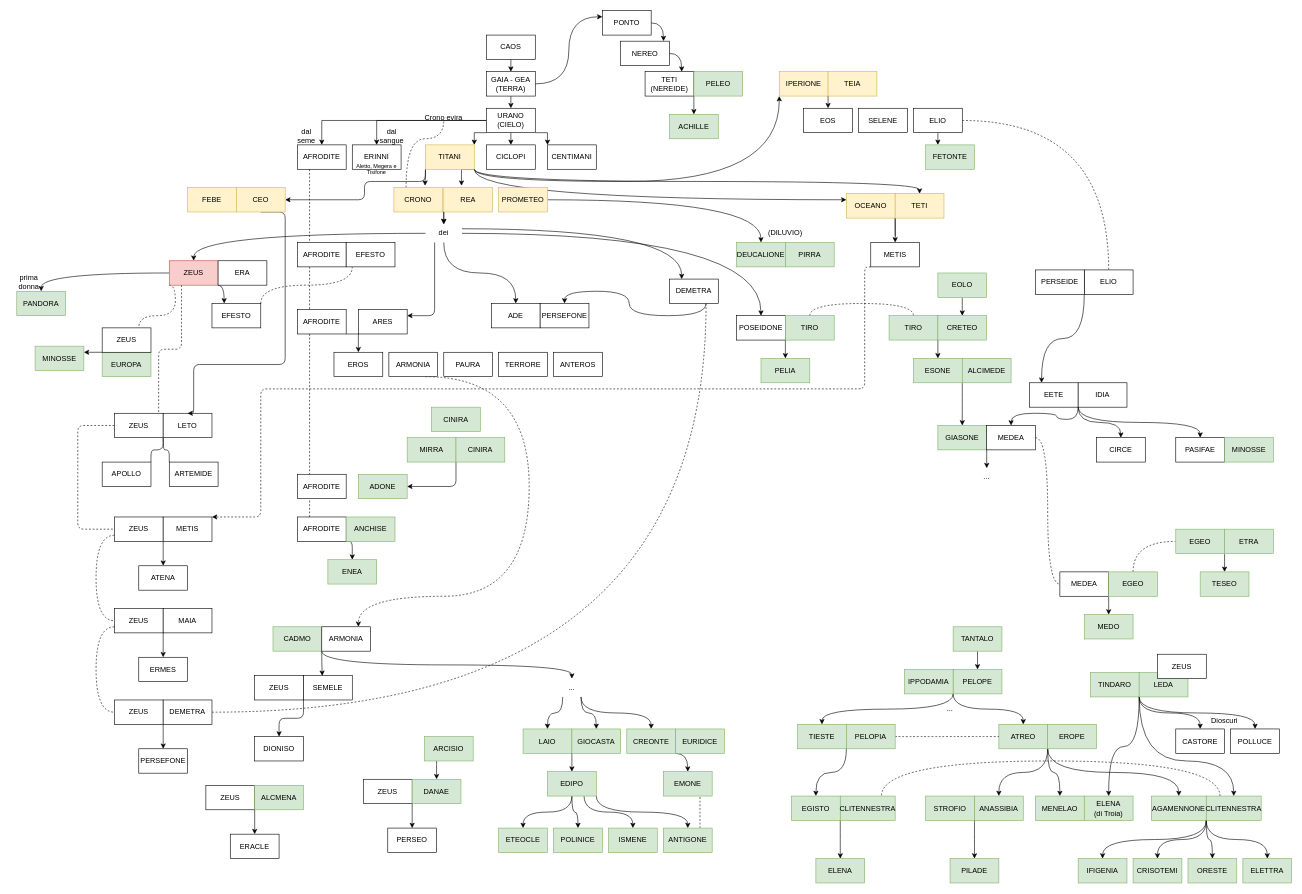
Before: miti.drawio in tcaru/diagrams, a draw.io diagram. Source tidied: cells renumbered, new cells numbered last; positions are measured from the earlier drawing's top-left corner, leaving out a move shared by most shapes. Both pictures are drawn from the tidied source at 61%, with x=0, y=0 at pixel (10, 10).
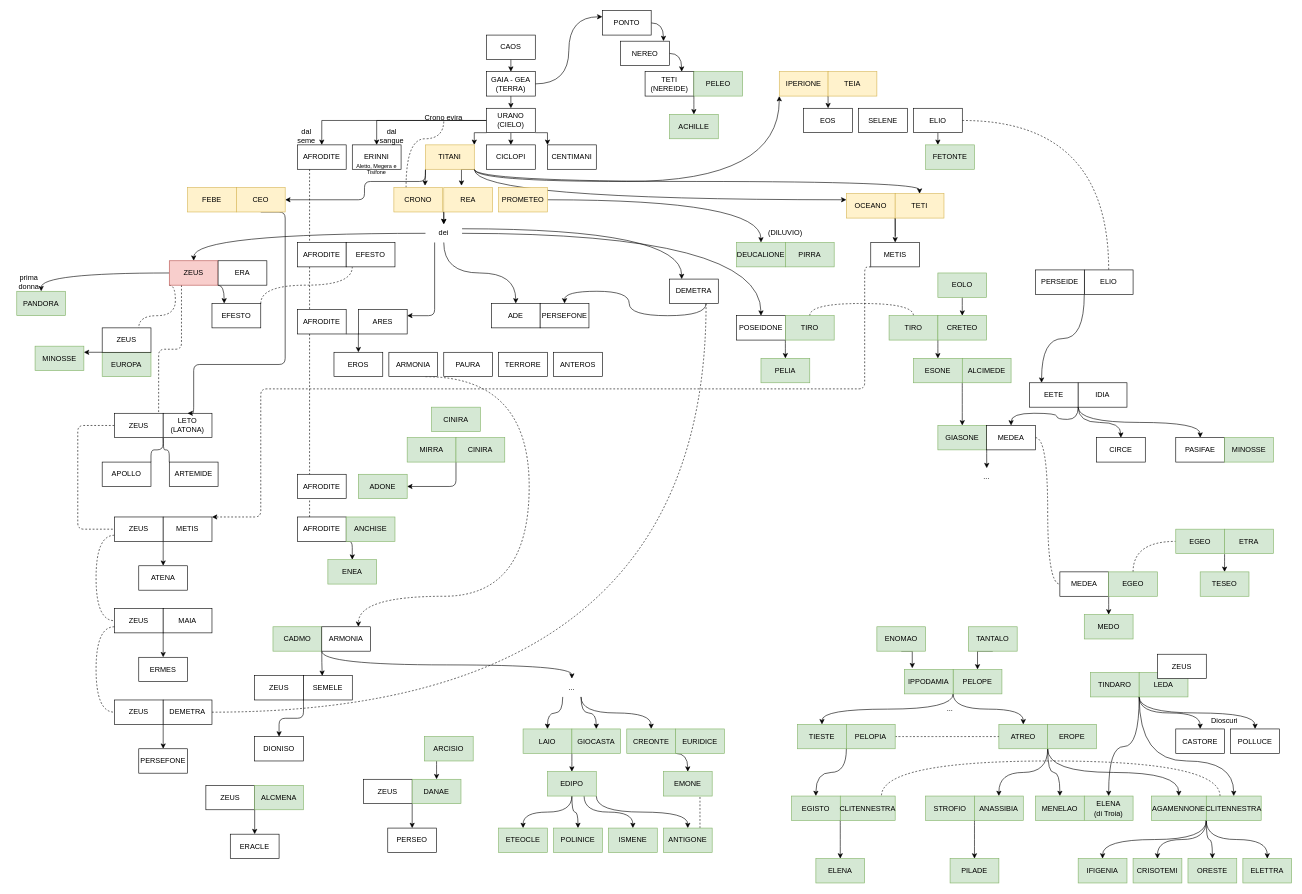
The same page after the edit.

Unchanged cells that the change refers to:
```xml
<mxCell id="217" value="IPPODAMIA" style="rounded=0;whiteSpace=wrap;html=1;fillColor=#d5e8d4;strokeColor=#82b366;" parent="1" vertex="1">
  <mxGeometry x="1465" y="1080" width="80" height="40" as="geometry" />
</mxCell>
```

The edit, as a diff of the source:
```diff
@@
-    <mxCell id="88" value="LETO" style="rounded=0;whiteSpace=wrap;html=1;" parent="1" vertex="1">
+    <mxCell id="88" value="LETO&lt;br&gt;(LATONA)" style="rounded=0;whiteSpace=wrap;html=1;" parent="1" vertex="1">
       <mxGeometry x="250" y="660" width="80" height="40" as="geometry" />
     </mxCell>
@@
     <mxCell id="216" value="TANTALO" style="rounded=0;whiteSpace=wrap;html=1;fillColor=#d5e8d4;strokeColor=#82b366;" parent="1" vertex="1">
-      <mxGeometry x="1545" y="1010" width="80" height="40" as="geometry" />
+      <mxGeometry x="1570" y="1010" width="80" height="40" as="geometry" />
     </mxCell>
@@
+    <mxCell id="261" style="edgeStyle=orthogonalEdgeStyle;rounded=0;jettySize=auto;html=1;exitX=0.5;exitY=1;exitDx=0;exitDy=0;entryX=0.163;entryY=-0.05;entryDx=0;entryDy=0;entryPerimeter=0;" parent="1" edge="1" source="262" target="217">
+      <mxGeometry relative="1" as="geometry" />
+    </mxCell>
+    <mxCell id="262" value="ENOMAO" style="rounded=0;whiteSpace=wrap;html=1;fillColor=#d5e8d4;strokeColor=#82b366;" parent="1" vertex="1">
+      <mxGeometry x="1420" y="1010" width="80" height="40" as="geometry" />
+    </mxCell>
```
